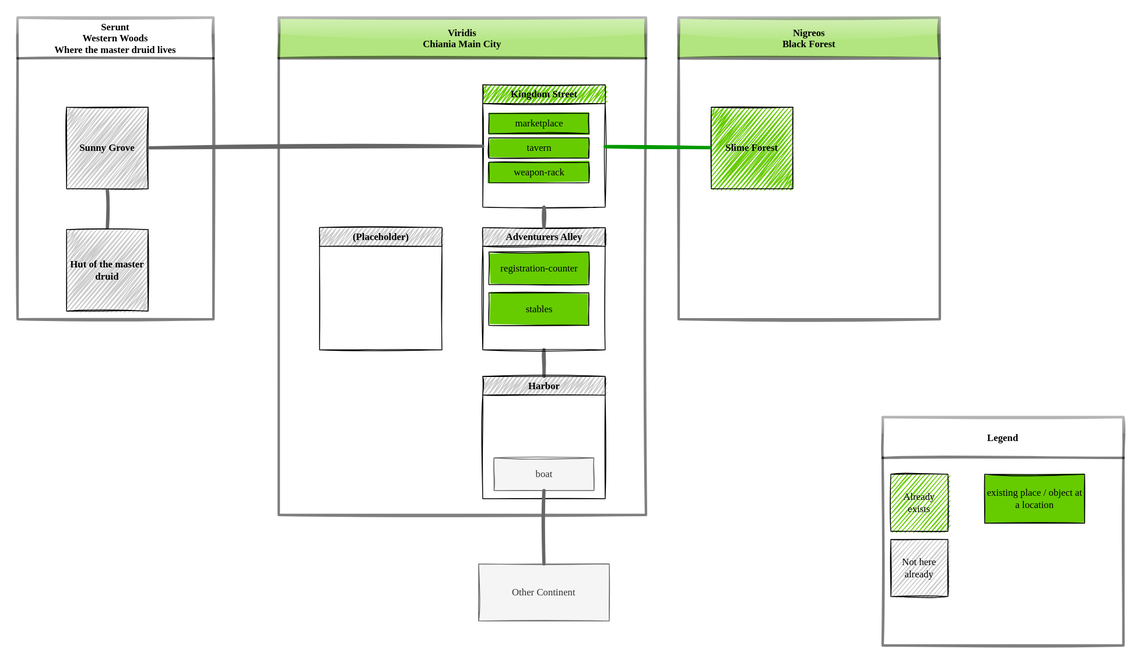
Earlier version of the draw.io export public/world/salvia/include/salvia_map.drawio.svg (RudolfAchter/chiania). Source tidied: cells renumbered, new cells last; positions are measured from the earlier drawing's top-left corner, leaving out a move shared by most shapes.
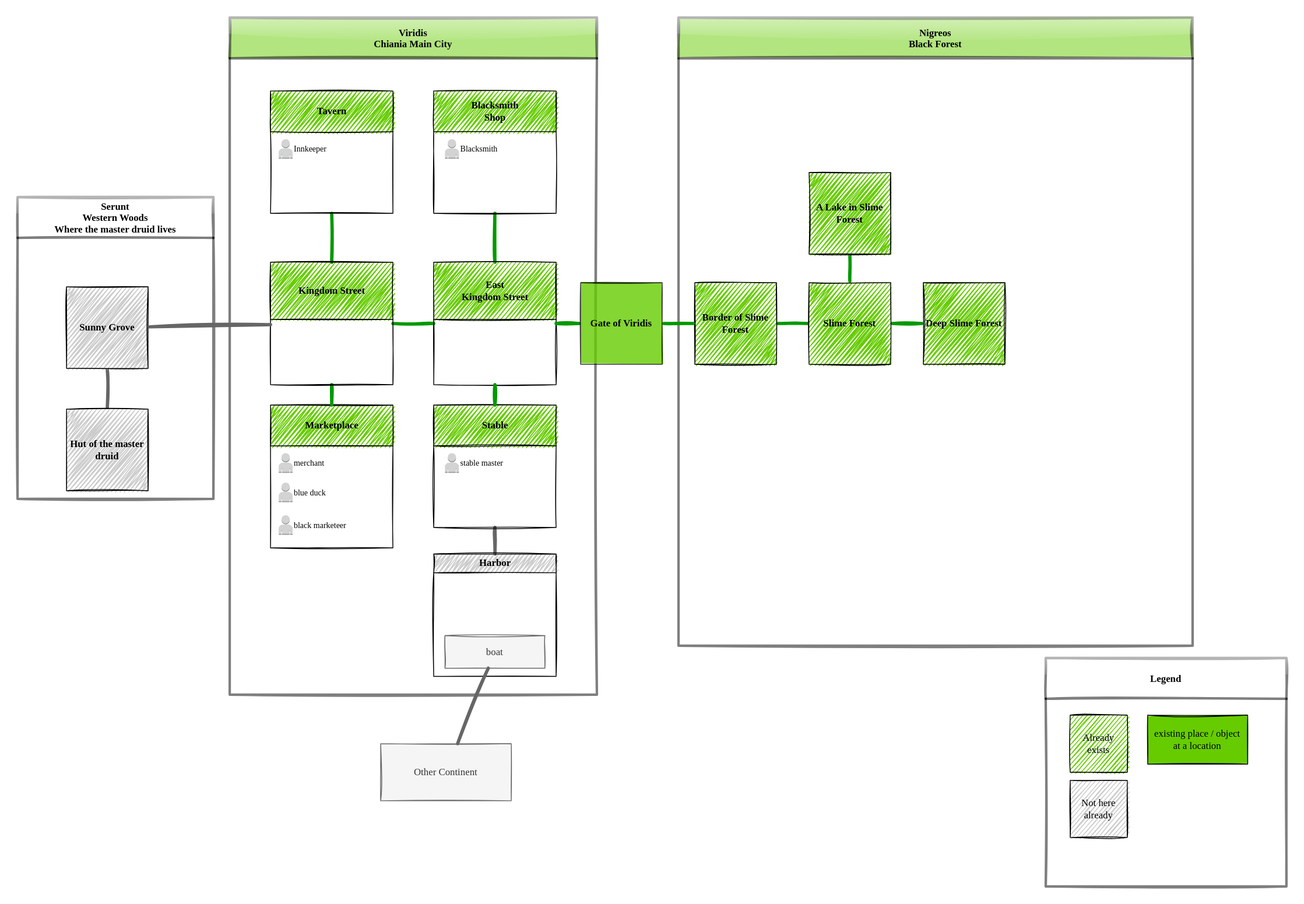
After the commit.

Change to the diagram source:
```diff
@@ -3,52 +3,94 @@
     <mxCell id="0" />
     <mxCell id="1" parent="0" />
     <mxCell id="2" value="Viridis &#10;Chiania Main City" style="swimlane;glass=1;swimlaneLine=1;swimlaneFillColor=default;gradientColor=none;fillColor=#66CC00;sketch=1;shadow=0;rounded=0;opacity=50;strokeWidth=3;startSize=50;fontFamily=&quot;8-bit Operator+&quot;;fillStyle=solid;" parent="1" vertex="1">
-      <mxGeometry x="320" width="450" height="610" as="geometry" />
+      <mxGeometry x="180" y="-230" width="450" height="830" as="geometry" />
     </mxCell>
+    <mxCell id="29" style="edgeStyle=none;html=1;entryX=1;entryY=0.5;entryDx=0;entryDy=0;endArrow=none;strokeColor=#009900;endFill=0;strokeWidth=4;sketch=1;" parent="2" edge="1" source="3" target="37">
+      <mxGeometry relative="1" as="geometry" />
+    </mxCell>
+    <mxCell id="30" style="edgeStyle=none;html=1;fontFamily=Helvetica;fontSize=11;endArrow=none;strokeColor=#009900;endFill=0;strokeWidth=4;sketch=1;" parent="2" edge="1" source="3" target="38">
+      <mxGeometry relative="1" as="geometry" />
+    </mxCell>
-    <mxCell id="3" value="Kingdom Street" style="swimlane;fontFamily=&quot;8-bit Operator+&quot;;fontSize=12;fontColor=rgb(0, 0, 0);align=center;strokeColor=rgb(0, 0, 0);strokeWidth=1;fillColor=#66CC00;html=1;sketch=1;fillStyle=zigzag;" parent="2" vertex="1">
-      <mxGeometry x="250" y="82.5" width="150" height="150" as="geometry" />
+    <mxCell id="3" value="East&lt;br&gt;Kingdom Street" style="swimlane;fontFamily=&quot;8-bit Operator+&quot;;fontSize=12;fontColor=rgb(0, 0, 0);align=center;strokeColor=rgb(0, 0, 0);strokeWidth=1;fillColor=#66CC00;html=1;sketch=1;fillStyle=zigzag;startSize=70;" parent="2" vertex="1">
+      <mxGeometry x="250" y="300" width="150" height="150" as="geometry" />
     </mxCell>
-    <mxCell id="4" value="marketplace" style="rounded=0;whiteSpace=wrap;html=1;glass=0;labelBackgroundColor=none;labelBorderColor=none;sketch=1;fontFamily=&quot;8-bit Operator+&quot;;fontSize=12;strokeWidth=1;gradientColor=none;fillColor=#66CC00;spacing=4;fontStyle=0;fillStyle=solid;" parent="3" vertex="1">
-      <mxGeometry x="7.5" y="35" width="122.5" height="25" as="geometry" />
-    </mxCell>
-    <mxCell id="5" value="tavern" style="rounded=0;whiteSpace=wrap;html=1;glass=0;labelBackgroundColor=none;labelBorderColor=none;sketch=1;fontFamily=&quot;8-bit Operator+&quot;;fontSize=12;strokeWidth=1;gradientColor=none;fillColor=#66CC00;spacing=4;fontStyle=0;fillStyle=solid;" parent="3" vertex="1">
-      <mxGeometry x="7.5" y="65" width="122.5" height="25" as="geometry" />
-    </mxCell>
-    <mxCell id="6" value="weapon-rack" style="rounded=0;whiteSpace=wrap;html=1;glass=0;labelBackgroundColor=none;labelBorderColor=none;sketch=1;fontFamily=&quot;8-bit Operator+&quot;;fontSize=12;strokeWidth=1;gradientColor=none;fillColor=#66CC00;spacing=4;fontStyle=0;fillStyle=solid;" parent="3" vertex="1">
-      <mxGeometry x="7.5" y="95" width="122.5" height="25" as="geometry" />
-    </mxCell>
     <mxCell id="7" style="edgeStyle=none;shape=connector;rounded=1;sketch=1;html=1;labelBackgroundColor=default;fontFamily=&quot;8-bit Operator+&quot;;fontSize=12;fontColor=#333333;endArrow=none;endFill=0;strokeColor=#666666;strokeWidth=4;" parent="2" edge="1" source="8" target="13">
       <mxGeometry relative="1" as="geometry" />
     </mxCell>
-    <mxCell id="8" value="Adventurers Alley" style="swimlane;fontFamily=&quot;8-bit Operator+&quot;;fontSize=12;fontColor=rgb(0, 0, 0);align=center;strokeColor=rgb(0, 0, 0);strokeWidth=1;fillColor=#CCCCCC;html=1;sketch=1;fillStyle=zigzag;" parent="2" vertex="1">
-      <mxGeometry x="250" y="257.5" width="150" height="150" as="geometry" />
+    <mxCell id="8" value="Stable" style="swimlane;fontFamily=&quot;8-bit Operator+&quot;;fontSize=12;fontColor=rgb(0, 0, 0);align=center;strokeColor=rgb(0, 0, 0);strokeWidth=1;fillColor=#66CC00;html=1;sketch=1;fillStyle=zigzag;startSize=50;" parent="2" vertex="1">
+      <mxGeometry x="250" y="475" width="150" height="150" as="geometry" />
     </mxCell>
-    <mxCell id="9" value="registration-counter" style="rounded=0;whiteSpace=wrap;html=1;glass=0;labelBackgroundColor=none;labelBorderColor=none;sketch=1;fontFamily=&quot;8-bit Operator+&quot;;fontSize=12;strokeWidth=1;gradientColor=none;fillColor=#66CC00;spacing=4;fontStyle=0;fillStyle=solid;" parent="8" vertex="1">
-      <mxGeometry x="7.5" y="30" width="122.5" height="40" as="geometry" />
-    </mxCell>
-    <mxCell id="10" value="stables" style="rounded=0;whiteSpace=wrap;html=1;glass=0;labelBackgroundColor=none;labelBorderColor=none;sketch=1;fontFamily=&quot;8-bit Operator+&quot;;fontSize=12;strokeWidth=1;gradientColor=none;fillColor=#66CC00;spacing=4;fontStyle=0;fillStyle=solid;" parent="8" vertex="1">
-      <mxGeometry x="7.5" y="80" width="122.5" height="40" as="geometry" />
-    </mxCell>
+    <mxCell id="31" value="stable master" style="dashed=0;verticalLabelPosition=middle;verticalAlign=middle;align=left;html=1;shape=mxgraph.aws3.user;fillColor=#D2D3D3;gradientColor=none;sketch=0;fillStyle=solid;labelPosition=right;fontFamily=&quot;8-bit Operator+&quot;;fontSize=10;" parent="8" vertex="1">
+      <mxGeometry x="13.7" y="59" width="17.1" height="24" as="geometry" />
+    </mxCell>
-    <mxCell id="11" style="edgeStyle=none;html=1;endArrow=none;endFill=0;exitX=0.5;exitY=1;exitDx=0;exitDy=0;entryX=0.5;entryY=0;entryDx=0;entryDy=0;strokeWidth=4;strokeColor=#666666;sketch=1;" parent="2" edge="1" source="3" target="8">
+    <mxCell id="11" style="edgeStyle=none;html=1;endArrow=none;endFill=0;exitX=0.5;exitY=1;exitDx=0;exitDy=0;entryX=0.5;entryY=0;entryDx=0;entryDy=0;strokeWidth=4;strokeColor=#009900;sketch=1;" parent="2" edge="1" source="3" target="8">
       <mxGeometry relative="1" as="geometry" />
     </mxCell>
-    <mxCell id="12" value="(Placeholder)" style="swimlane;fontFamily=&quot;8-bit Operator+&quot;;fontSize=12;fontColor=rgb(0, 0, 0);align=center;strokeColor=rgb(0, 0, 0);strokeWidth=1;fillColor=#CCCCCC;html=1;sketch=1;fillStyle=zigzag;" parent="2" vertex="1">
-      <mxGeometry x="50" y="257.5" width="150" height="150" as="geometry" />
+    <mxCell id="12" value="Marketplace" style="swimlane;fontFamily=&quot;8-bit Operator+&quot;;fontSize=12;fontColor=rgb(0, 0, 0);align=center;strokeColor=rgb(0, 0, 0);strokeWidth=1;fillColor=#66CC00;html=1;sketch=1;fillStyle=zigzag;startSize=50;" parent="2" vertex="1">
+      <mxGeometry x="50" y="475" width="150" height="175" as="geometry" />
     </mxCell>
+    <mxCell id="32" value="merchant" style="dashed=0;verticalLabelPosition=middle;verticalAlign=middle;align=left;html=1;shape=mxgraph.aws3.user;fillColor=#D2D3D3;gradientColor=none;sketch=0;fillStyle=solid;labelPosition=right;fontFamily=&quot;8-bit Operator+&quot;;fontSize=10;" parent="12" vertex="1">
+      <mxGeometry x="10" y="59" width="17.1" height="24" as="geometry" />
+    </mxCell>
+    <mxCell id="33" value="blue duck" style="dashed=0;verticalLabelPosition=middle;verticalAlign=middle;align=left;html=1;shape=mxgraph.aws3.user;fillColor=#D2D3D3;gradientColor=none;sketch=0;fillStyle=solid;labelPosition=right;fontFamily=&quot;8-bit Operator+&quot;;fontSize=10;" parent="12" vertex="1">
+      <mxGeometry x="10" y="95" width="17.1" height="24" as="geometry" />
+    </mxCell>
+    <mxCell id="34" value="black marketeer" style="dashed=0;verticalLabelPosition=middle;verticalAlign=middle;align=left;html=1;shape=mxgraph.aws3.user;fillColor=#D2D3D3;gradientColor=none;sketch=0;fillStyle=solid;labelPosition=right;fontFamily=&quot;8-bit Operator+&quot;;fontSize=10;" parent="12" vertex="1">
+      <mxGeometry x="10" y="135" width="17.1" height="24" as="geometry" />
+    </mxCell>
     <mxCell id="13" value="Harbor" style="swimlane;fontFamily=&quot;8-bit Operator+&quot;;fontSize=12;fontColor=rgb(0, 0, 0);align=center;strokeColor=rgb(0, 0, 0);strokeWidth=1;fillColor=#CCCCCC;html=1;sketch=1;fillStyle=zigzag;" parent="2" vertex="1">
-      <mxGeometry x="250" y="440" width="150" height="150" as="geometry" />
+      <mxGeometry x="250" y="657.5" width="150" height="150" as="geometry" />
     </mxCell>
     <mxCell id="14" value="boat" style="rounded=0;whiteSpace=wrap;html=1;glass=0;labelBackgroundColor=none;labelBorderColor=none;sketch=1;fontFamily=&quot;8-bit Operator+&quot;;fontSize=12;strokeWidth=1;fillColor=#f5f5f5;spacing=4;fontStyle=0;fillStyle=solid;fontColor=#333333;strokeColor=#666666;" parent="13" vertex="1">
       <mxGeometry x="13.8" y="100" width="122.5" height="40" as="geometry" />
     </mxCell>
+    <mxCell id="35" style="edgeStyle=none;html=1;fontFamily=Helvetica;fontSize=11;endArrow=none;strokeColor=#009900;endFill=0;strokeWidth=4;sketch=1;" parent="2" edge="1" source="37" target="12">
+      <mxGeometry relative="1" as="geometry" />
+    </mxCell>
+    <mxCell id="36" style="edgeStyle=none;html=1;fontFamily=Helvetica;fontSize=11;endArrow=none;strokeColor=#009900;endFill=0;strokeWidth=4;sketch=1;" parent="2" edge="1" source="37" target="40">
+      <mxGeometry relative="1" as="geometry" />
+    </mxCell>
+    <mxCell id="37" value="Kingdom Street" style="swimlane;fontFamily=&quot;8-bit Operator+&quot;;fontSize=12;fontColor=rgb(0, 0, 0);align=center;strokeColor=rgb(0, 0, 0);strokeWidth=1;fillColor=#66CC00;html=1;sketch=1;fillStyle=zigzag;startSize=70;" parent="2" vertex="1">
+      <mxGeometry x="50" y="300" width="150" height="150" as="geometry" />
+    </mxCell>
+    <mxCell id="38" value="Blacksmith&lt;br&gt;Shop" style="swimlane;fontFamily=&quot;8-bit Operator+&quot;;fontSize=12;fontColor=rgb(0, 0, 0);align=center;strokeColor=rgb(0, 0, 0);strokeWidth=1;fillColor=#66CC00;html=1;sketch=1;fillStyle=zigzag;startSize=50;" parent="2" vertex="1">
+      <mxGeometry x="250" y="90" width="150" height="150" as="geometry" />
+    </mxCell>
+    <mxCell id="39" value="Blacksmith" style="dashed=0;verticalLabelPosition=middle;verticalAlign=middle;align=left;html=1;shape=mxgraph.aws3.user;fillColor=#D2D3D3;gradientColor=none;sketch=0;fillStyle=solid;labelPosition=right;fontFamily=&quot;8-bit Operator+&quot;;fontSize=10;" parent="38" vertex="1">
+      <mxGeometry x="13.7" y="59" width="17.1" height="24" as="geometry" />
+    </mxCell>
+    <mxCell id="40" value="Tavern" style="swimlane;fontFamily=&quot;8-bit Operator+&quot;;fontSize=12;fontColor=rgb(0, 0, 0);align=center;strokeColor=rgb(0, 0, 0);strokeWidth=1;fillColor=#66CC00;html=1;sketch=1;fillStyle=zigzag;startSize=50;" parent="2" vertex="1">
+      <mxGeometry x="50" y="90" width="150" height="150" as="geometry" />
+    </mxCell>
+    <mxCell id="41" value="Innkeeper" style="dashed=0;verticalLabelPosition=middle;verticalAlign=middle;align=left;html=1;shape=mxgraph.aws3.user;fillColor=#D2D3D3;gradientColor=none;sketch=0;fillStyle=solid;labelPosition=right;fontFamily=&quot;8-bit Operator+&quot;;fontSize=10;" parent="40" vertex="1">
+      <mxGeometry x="10" y="59" width="17.1" height="24" as="geometry" />
+    </mxCell>
     <mxCell id="15" value="Nigreos&#10;Black Forest" style="swimlane;&#10;swimlaneFillColor=#999999;&#10;fillColor=#66CC00;&#10;swimlaneLine=1;swimlaneFillColor=default;&#10;opacity=50%;opacity=50;strokeWidth=3;startSize=50;fontFamily=&quot;8-bit Operator+&quot;;&#10;glass=1;&#10;gradientColor=none;&#10;sketch=1;shadow=0;rounded=0;fillColor=#66CC00;glass=1;sketch=1;fillStyle=solid;" parent="1" vertex="1">
-      <mxGeometry x="810" width="320" height="370" as="geometry" />
+      <mxGeometry x="730" y="-230" width="630" height="770" as="geometry" />
     </mxCell>
-    <mxCell id="16" value="Slime Forest" style="rounded=0;whiteSpace=wrap;html=1;sketch=1;fillColor=#66CC00;strokeWidth=1;fontFamily=&quot;8-bit Operator+&quot;;gradientColor=none;perimeterSpacing=2;labelBackgroundColor=none;labelBorderColor=none;spacing=4;fontStyle=1;fillStyle=zigzag;" parent="15" vertex="1">
-      <mxGeometry x="40" y="110" width="100" height="100" as="geometry" />
-    </mxCell>
+    <mxCell id="42" style="edgeStyle=none;html=1;fontFamily=Helvetica;fontSize=11;endArrow=none;strokeColor=#009900;endFill=0;strokeWidth=4;sketch=1;" parent="15" edge="1" source="43" target="46">
+      <mxGeometry relative="1" as="geometry" />
+    </mxCell>
+    <mxCell id="43" value="Border of Slime Forest" style="rounded=0;whiteSpace=wrap;html=1;sketch=1;fillColor=#66CC00;strokeWidth=1;fontFamily=&quot;8-bit Operator+&quot;;gradientColor=none;perimeterSpacing=2;labelBackgroundColor=none;labelBorderColor=none;spacing=4;fontStyle=1;fillStyle=zigzag;" parent="15" vertex="1">
+      <mxGeometry x="20" y="325" width="100" height="100" as="geometry" />
+    </mxCell>
+    <mxCell id="44" style="edgeStyle=none;html=1;fontFamily=Helvetica;fontSize=11;endArrow=none;strokeColor=#009900;endFill=0;strokeWidth=4;sketch=1;" parent="15" edge="1" source="46" target="47">
+      <mxGeometry relative="1" as="geometry" />
+    </mxCell>
+    <mxCell id="45" style="edgeStyle=none;html=1;fontFamily=Helvetica;fontSize=11;endArrow=none;strokeColor=#009900;endFill=0;strokeWidth=4;sketch=1;" parent="15" edge="1" source="46" target="48">
+      <mxGeometry relative="1" as="geometry" />
+    </mxCell>
+    <mxCell id="46" value="Slime Forest" style="rounded=0;whiteSpace=wrap;html=1;sketch=1;fillColor=#66CC00;strokeWidth=1;fontFamily=&quot;8-bit Operator+&quot;;gradientColor=none;perimeterSpacing=2;labelBackgroundColor=none;labelBorderColor=none;spacing=4;fontStyle=1;fillStyle=zigzag;" parent="15" vertex="1">
+      <mxGeometry x="160" y="325" width="100" height="100" as="geometry" />
+    </mxCell>
+    <mxCell id="47" value="Deep Slime Forest" style="rounded=0;whiteSpace=wrap;html=1;sketch=1;fillColor=#66CC00;strokeWidth=1;fontFamily=&quot;8-bit Operator+&quot;;gradientColor=none;perimeterSpacing=2;labelBackgroundColor=none;labelBorderColor=none;spacing=4;fontStyle=1;fillStyle=zigzag;" parent="15" vertex="1">
+      <mxGeometry x="300" y="325" width="100" height="100" as="geometry" />
+    </mxCell>
+    <mxCell id="48" value="A Lake in Slime Forest" style="rounded=0;whiteSpace=wrap;html=1;sketch=1;fillColor=#66CC00;strokeWidth=1;fontFamily=&quot;8-bit Operator+&quot;;gradientColor=none;perimeterSpacing=2;labelBackgroundColor=none;labelBorderColor=none;spacing=4;fontStyle=1;fillStyle=zigzag;" parent="15" vertex="1">
+      <mxGeometry x="160" y="190" width="100" height="100" as="geometry" />
+    </mxCell>
     <mxCell id="17" value="Serunt&#10;Western Woods&#10;Where the master druid lives" style="swimlane;glass=1;fillColor=default;gradientColor=none;swimlaneFillColor=default;sketch=1;swimlaneLine=1;opacity=50;strokeWidth=3;startSize=50;fontFamily=&quot;8-bit Operator+&quot;;shadow=0;rounded=0;" parent="1" vertex="1">
-      <mxGeometry width="240" height="370" as="geometry" />
+      <mxGeometry x="-80" y="-10" width="240" height="370" as="geometry" />
     </mxCell>
     <mxCell id="18" style="edgeStyle=none;sketch=1;html=1;fontFamily=Helvetica;endArrow=none;strokeColor=#666666;endFill=0;strokeWidth=4;" parent="17" edge="1" source="19" target="20">
       <mxGeometry relative="1" as="geometry" />
@@ -59,29 +101,35 @@
     <mxCell id="20" value="Hut of the master druid" style="rounded=0;whiteSpace=wrap;html=1;sketch=1;fillColor=#CCCCCC;strokeWidth=1;fontFamily=&quot;8-bit Operator+&quot;;perimeterSpacing=2;spacingTop=0;spacingLeft=0;spacing=4;fontStyle=1;fillStyle=zigzag;" parent="17" vertex="1">
       <mxGeometry x="60" y="260" width="100" height="100" as="geometry" />
     </mxCell>
-    <mxCell id="21" style="edgeStyle=none;html=1;endArrow=none;endFill=0;strokeWidth=4;strokeColor=#666666;sketch=1;" parent="1" edge="1" source="3" target="19">
+    <mxCell id="21" style="edgeStyle=none;html=1;endArrow=none;endFill=0;strokeWidth=4;strokeColor=#666666;sketch=1;" parent="1" edge="1" source="37" target="19">
       <mxGeometry relative="1" as="geometry" />
     </mxCell>
     <mxCell id="22" style="edgeStyle=none;html=1;endArrow=none;endFill=0;strokeWidth=4;strokeColor=#009900;sketch=1;" parent="1" edge="1" source="3" target="16">
       <mxGeometry relative="1" as="geometry" />
     </mxCell>
     <mxCell id="23" value="Legend" style="swimlane;fillColor=default;startSize=50;swimlaneFillColor=default;opacity=50;strokeWidth=3;fontFamily=&quot;8-bit Operator+&quot;;glass=1;gradientColor=none;sketch=1;shadow=0;rounded=0;" parent="1" vertex="1">
-      <mxGeometry x="1060" y="490" width="295" height="280" as="geometry" />
+      <mxGeometry x="1180" y="555" width="295" height="280" as="geometry" />
     </mxCell>
     <mxCell id="24" value="Already exists" style="rounded=0;whiteSpace=wrap;html=1;sketch=1;fillColor=#66CC00;strokeWidth=1;fontFamily=&quot;8-bit Operator+&quot;;" parent="23" vertex="1">
-      <mxGeometry x="10" y="70" width="70" height="70" as="geometry" />
+      <mxGeometry x="30" y="70" width="70" height="70" as="geometry" />
     </mxCell>
     <mxCell id="25" value="Not here already" style="rounded=0;whiteSpace=wrap;html=1;sketch=1;fillColor=#CCCCCC;strokeWidth=1;fontFamily=&quot;8-bit Operator+&quot;;" parent="23" vertex="1">
-      <mxGeometry x="10" y="150" width="70" height="70" as="geometry" />
+      <mxGeometry x="30" y="150" width="70" height="70" as="geometry" />
     </mxCell>
     <mxCell id="26" value="existing place / object at a location" style="rounded=0;whiteSpace=wrap;html=1;glass=0;labelBackgroundColor=none;labelBorderColor=none;sketch=1;fontFamily=&quot;8-bit Operator+&quot;;fontSize=12;strokeWidth=1;gradientColor=none;fillColor=#66CC00;spacing=4;fontStyle=0;fillStyle=solid;" parent="23" vertex="1">
       <mxGeometry x="125" y="70" width="122.5" height="60" as="geometry" />
     </mxCell>
     <mxCell id="27" value="Other Continent" style="rounded=0;whiteSpace=wrap;html=1;glass=0;labelBackgroundColor=none;labelBorderColor=none;sketch=1;fillStyle=solid;fontFamily=&quot;8-bit Operator+&quot;;fontSize=12;fontColor=#333333;strokeColor=#666666;strokeWidth=1;fillColor=#f5f5f5;" parent="1" vertex="1">
-      <mxGeometry x="565" y="670" width="160" height="70" as="geometry" />
+      <mxGeometry x="365" y="660" width="160" height="70" as="geometry" />
     </mxCell>
     <mxCell id="28" style="edgeStyle=none;shape=connector;rounded=1;sketch=1;html=1;labelBackgroundColor=default;fontFamily=&quot;8-bit Operator+&quot;;fontSize=12;fontColor=#333333;endArrow=none;endFill=0;strokeColor=#666666;strokeWidth=4;" parent="1" edge="1" source="14" target="27">
       <mxGeometry relative="1" as="geometry" />
     </mxCell>
+    <mxCell id="49" style="edgeStyle=none;html=1;fontFamily=Helvetica;fontSize=11;endArrow=none;strokeColor=#009900;endFill=0;strokeWidth=4;sketch=1;" parent="1" edge="1" source="16" target="43">
+      <mxGeometry relative="1" as="geometry" />
+    </mxCell>
+    <mxCell id="16" value="Gate of Viridis" style="rounded=0;whiteSpace=wrap;html=1;sketch=1;fillColor=#66CC00;strokeWidth=1;fontFamily=&quot;8-bit Operator+&quot;;gradientColor=none;perimeterSpacing=2;labelBackgroundColor=none;labelBorderColor=none;spacing=4;fontStyle=1;fillStyle=solid;opacity=80;" parent="1" vertex="1">
+      <mxGeometry x="610" y="95" width="100" height="100" as="geometry" />
+    </mxCell>
   </root>
 </mxGraphModel>
```
